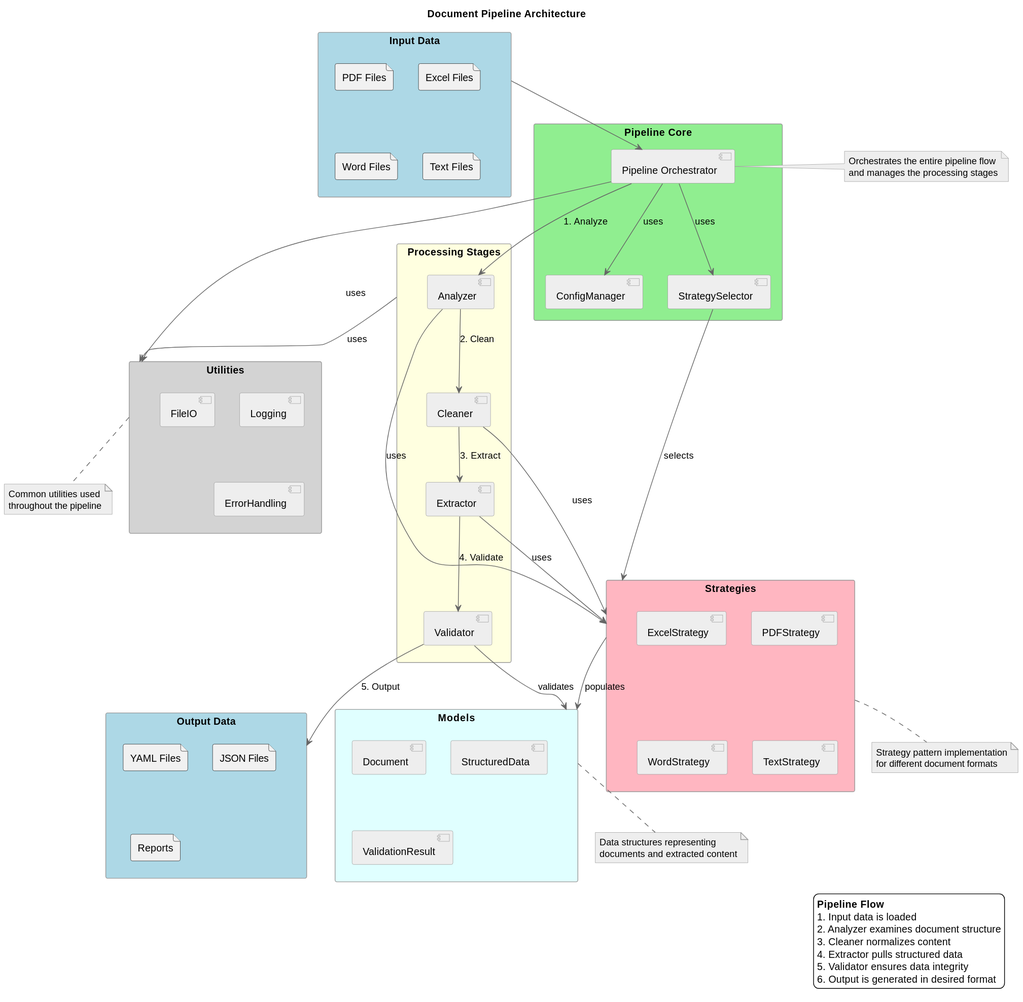
The PlantUML diagram out/utils/pipeline/docs/pipeline_diagram/Pipeline Architecture.svg in jswans33/my-full-stack-fastapi-template, before a commit. Source of this version:
```plantuml
@startuml
skinparam componentStyle uml2
skinparam backgroundColor white
skinparam ArrowColor #666666
skinparam ComponentBorderColor #999999
skinparam ComponentBackgroundColor #EEEEEE
skinparam NoteBorderColor #999999
skinparam NoteBackgroundColor #EEEEEE
skinparam RectangleBorderColor #999999
skinparam RectangleBackgroundColor #EEEEEE

title Document Pipeline Architecture

rectangle "Input Data" as input #LightBlue {
  file "PDF Files" as pdf
  file "Excel Files" as excel
  file "Word Files" as word
  file "Text Files" as text
}

rectangle "Pipeline Core" as core #LightGreen {
  component "Pipeline Orchestrator" as pipeline
  component "ConfigManager" as config
  component "StrategySelector" as selector
}

rectangle "Processing Stages" as stages #LightYellow {
  component "Analyzer" as analyzer
  component "Cleaner" as cleaner
  component "Extractor" as extractor
  component "Validator" as validator
}

rectangle "Strategies" as strategies #LightPink {
  component "PDFStrategy" as pdfstrat
  component "ExcelStrategy" as excelstrat
  component "WordStrategy" as wordstrat
  component "TextStrategy" as textstrat
}

rectangle "Models" as models #LightCyan {
  component "Document" as doc
  component "StructuredData" as structured
  component "ValidationResult" as valresult
}

rectangle "Utilities" as utils #LightGray {
  component "Logging" as logging
  component "FileIO" as fileio
  component "ErrorHandling" as error
}

rectangle "Output Data" as output #LightBlue {
  file "YAML Files" as yaml
  file "JSON Files" as json
  file "Reports" as reports
}

input --> pipeline
pipeline --> analyzer : 1. Analyze
analyzer --> cleaner : 2. Clean
cleaner --> extractor : 3. Extract
extractor --> validator : 4. Validate
validator --> output : 5. Output

pipeline --> config : uses
pipeline --> selector : uses
selector --> strategies : selects
analyzer --> strategies : uses
cleaner --> strategies : uses
extractor --> strategies : uses
validator --> models : validates
strategies --> models : populates
pipeline --> utils : uses
stages --> utils : uses

note right of pipeline
  Orchestrates the entire pipeline flow
  and manages the processing stages
end note

note bottom of strategies
  Strategy pattern implementation
  for different document formats
end note

note bottom of models
  Data structures representing
  documents and extracted content
end note

note bottom of utils
  Common utilities used
  throughout the pipeline
end note

legend right
  **Pipeline Flow**
  1. Input data is loaded
  2. Analyzer examines document structure
  3. Cleaner normalizes content
  4. Extractor pulls structured data
  5. Validator ensures data integrity
  6. Output is generated in desired format
end legend
@enduml
```
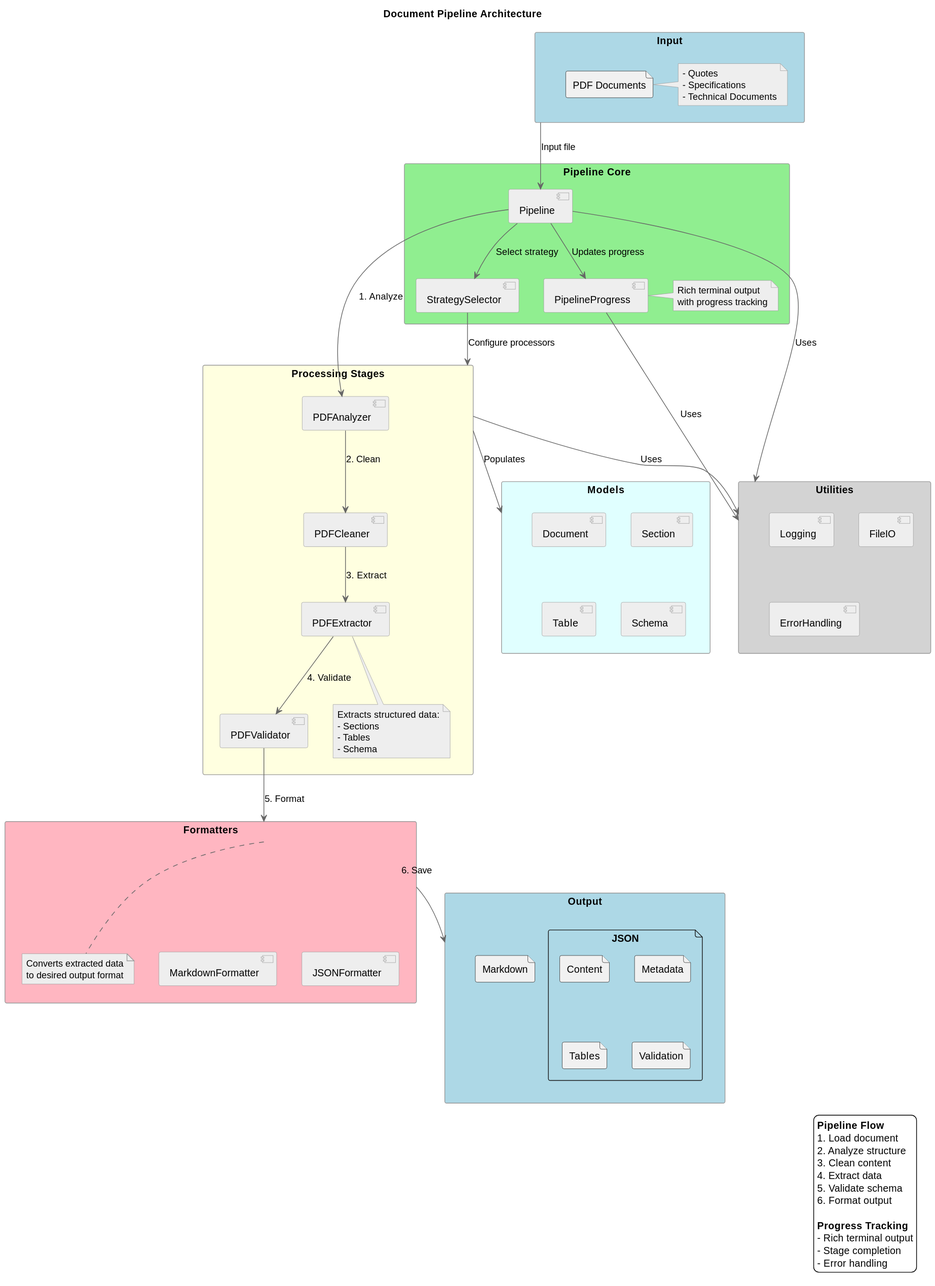
The same diagram one commit later.

What changed in the source:
```diff
@@ -11,37 +11,52 @@
 
 title Document Pipeline Architecture
 
-rectangle "Input Data" as input #LightBlue {
-  file "PDF Files" as pdf
-  file "Excel Files" as excel
-  file "Word Files" as word
-  file "Text Files" as text
+rectangle "Input" as input #LightBlue {
+  file "PDF Documents" as pdf
+  note right of pdf
+    - Quotes
+    - Specifications
+    - Technical Documents
+  end note
 }
 
 rectangle "Pipeline Core" as core #LightGreen {
-  component "Pipeline Orchestrator" as pipeline
-  component "ConfigManager" as config
+  component "Pipeline" as pipeline
+  component "PipelineProgress" as progress
   component "StrategySelector" as selector
+  note right of progress
+    Rich terminal output
+    with progress tracking
+  end note
 }
 
 rectangle "Processing Stages" as stages #LightYellow {
-  component "Analyzer" as analyzer
-  component "Cleaner" as cleaner
-  component "Extractor" as extractor
-  component "Validator" as validator
+  component "PDFAnalyzer" as analyzer
+  component "PDFCleaner" as cleaner
+  component "PDFExtractor" as extractor
+  component "PDFValidator" as validator
+  note bottom of extractor
+    Extracts structured data:
+    - Sections
+    - Tables
+    - Schema
+  end note
 }
 
-rectangle "Strategies" as strategies #LightPink {
-  component "PDFStrategy" as pdfstrat
-  component "ExcelStrategy" as excelstrat
-  component "WordStrategy" as wordstrat
-  component "TextStrategy" as textstrat
+rectangle "Formatters" as formatters #LightPink {
+  component "JSONFormatter" as jsonformat
+  component "MarkdownFormatter" as mdformat
+  note bottom of formatters
+    Converts extracted data
+    to desired output format
+  end note
 }
 
 rectangle "Models" as models #LightCyan {
   component "Document" as doc
-  component "StructuredData" as structured
-  component "ValidationResult" as valresult
+  component "Section" as section
+  component "Table" as table
+  component "Schema" as schema
 }
 
 rectangle "Utilities" as utils #LightGray {
@@ -50,57 +65,45 @@
   component "ErrorHandling" as error
 }
 
-rectangle "Output Data" as output #LightBlue {
-  file "YAML Files" as yaml
-  file "JSON Files" as json
-  file "Reports" as reports
+rectangle "Output" as output #LightBlue {
+  file "JSON" as json {
+    file "Content" as content
+    file "Metadata" as metadata
+    file "Tables" as tables
+    file "Validation" as validation
+  }
+  file "Markdown" as markdown
 }
 
-input --> pipeline
+input --> pipeline : Input file
+pipeline --> progress : Updates progress
+pipeline --> selector : Select strategy
+selector --> stages : Configure processors
+
 pipeline --> analyzer : 1. Analyze
 analyzer --> cleaner : 2. Clean
 cleaner --> extractor : 3. Extract
 extractor --> validator : 4. Validate
-validator --> output : 5. Output
+validator --> formatters : 5. Format
+formatters --> output : 6. Save
 
-pipeline --> config : uses
-pipeline --> selector : uses
-selector --> strategies : selects
-analyzer --> strategies : uses
-cleaner --> strategies : uses
-extractor --> strategies : uses
-validator --> models : validates
-strategies --> models : populates
-pipeline --> utils : uses
-stages --> utils : uses
-
-note right of pipeline
-  Orchestrates the entire pipeline flow
-  and manages the processing stages
-end note
-
-note bottom of strategies
-  Strategy pattern implementation
-  for different document formats
-end note
-
-note bottom of models
-  Data structures representing
-  documents and extracted content
-end note
-
-note bottom of utils
-  Common utilities used
-  throughout the pipeline
-end note
+stages --> models : Populates
+stages --> utils : Uses
+pipeline --> utils : Uses
+progress --> utils : Uses
 
 legend right
   **Pipeline Flow**
-  1. Input data is loaded
-  2. Analyzer examines document structure
-  3. Cleaner normalizes content
-  4. Extractor pulls structured data
-  5. Validator ensures data integrity
-  6. Output is generated in desired format
+  1. Load document
+  2. Analyze structure
+  3. Clean content
+  4. Extract data
+  5. Validate schema
+  6. Format output
+
+  **Progress Tracking**
+  - Rich terminal output
+  - Stage completion
+  - Error handling
 end legend
 @enduml
```
